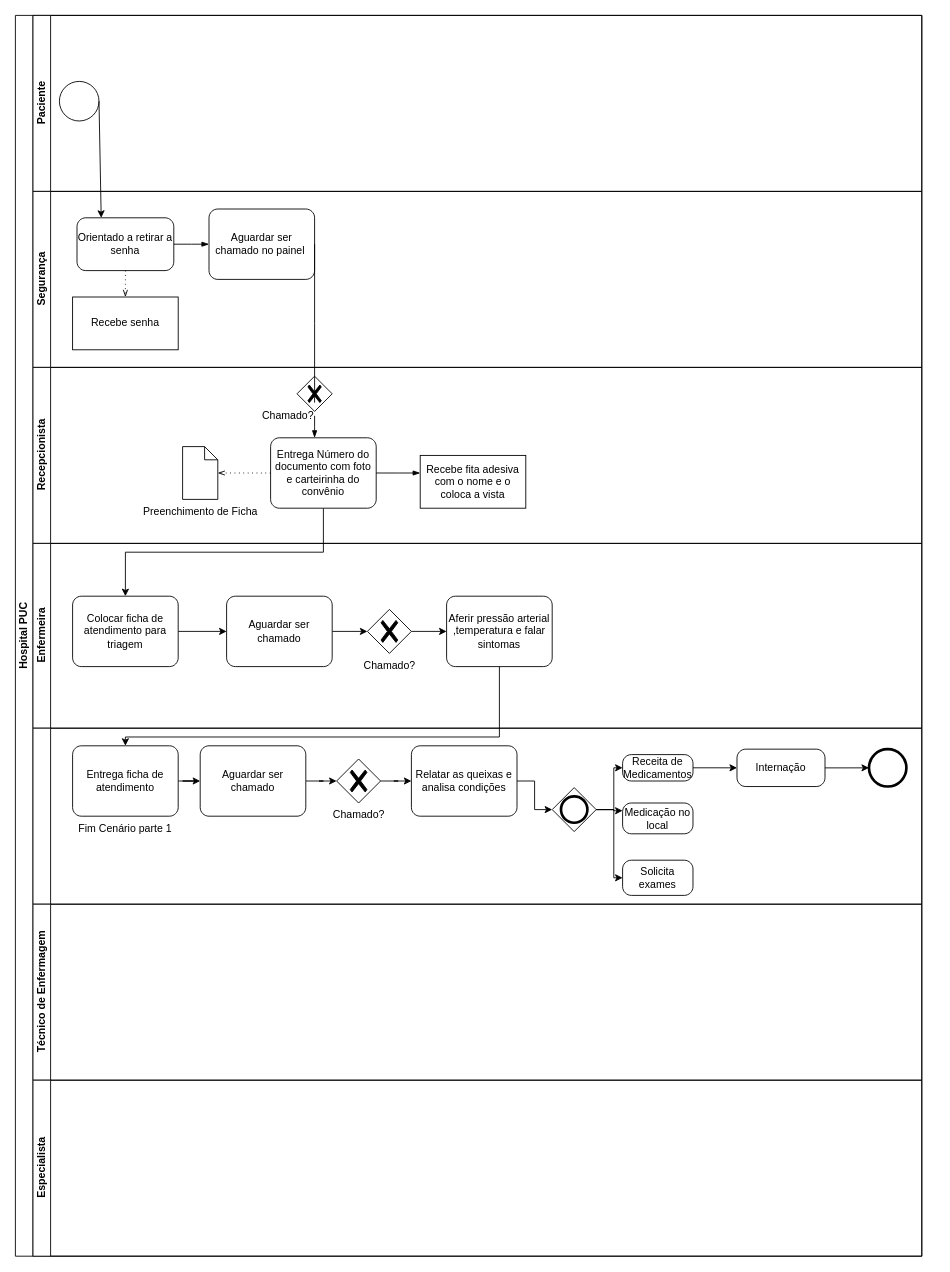
This is atividadesala1.drawio from rebeccajanuario/DiagramasBPMN, a draw.io file, before an edit. Source tidied: cells renumbered, new cells numbered last; positions are measured from the earlier drawing's top-left corner, leaving out a move shared by most shapes. Both pictures are drawn from the tidied source at 88%, with x=0, y=0 at pixel (15, 15).
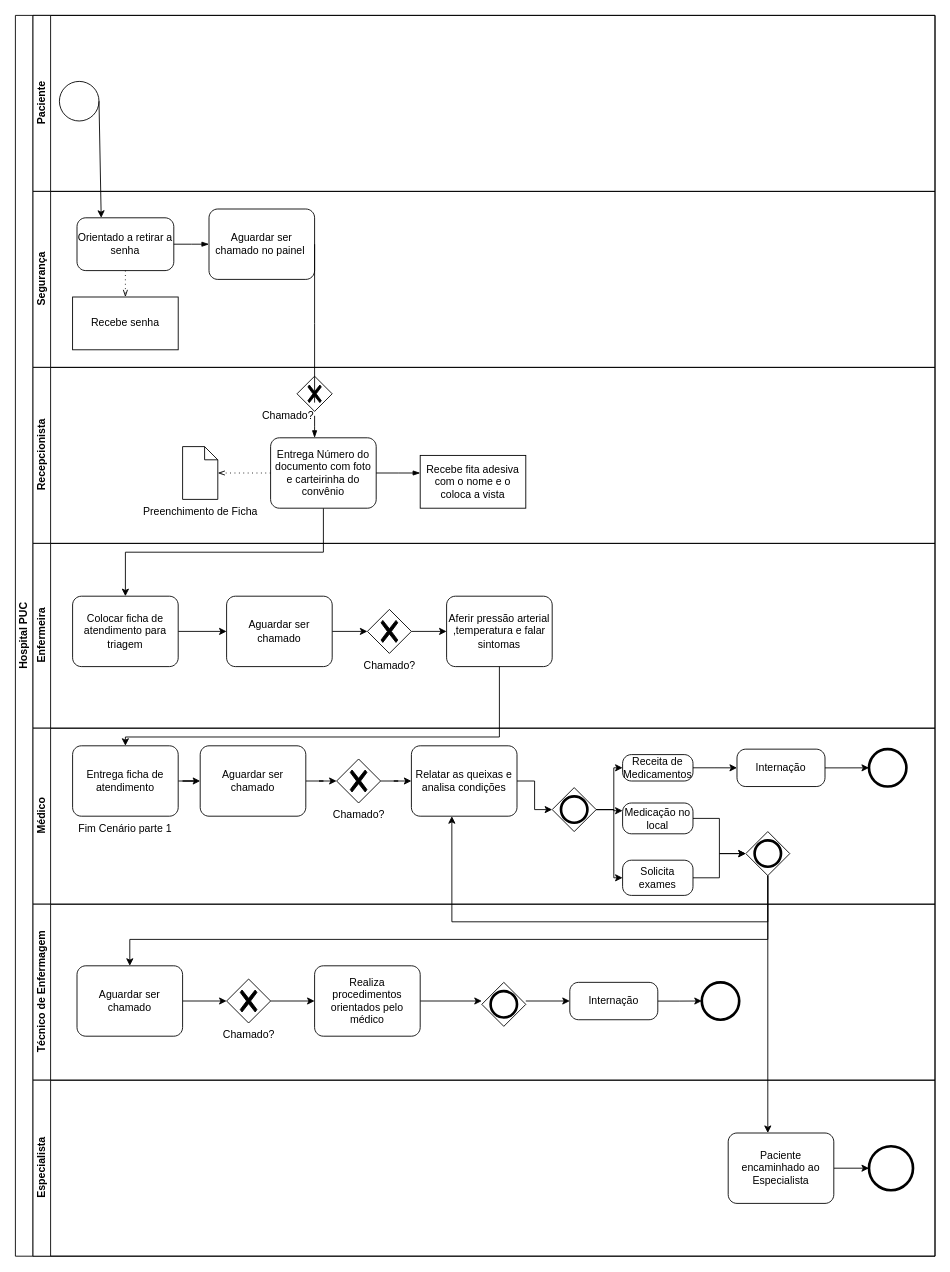
Above is the later version.

Unchanged cells that the change refers to:
```xml
<mxCell id="33" value="Relatar as queixas e analisa condições" style="points=[[0.25,0,0],[0.5,0,0],[0.75,0,0],[1,0.25,0],[1,0.5,0],[1,0.75,0],[0.75,1,0],[0.5,1,0],[0.25,1,0],[0,0.75,0],[0,0.5,0],[0,0.25,0]];shape=mxgraph.bpmn.task;whiteSpace=wrap;rectStyle=rounded;size=10;html=1;taskMarker=abstract;" parent="24" vertex="1">
  <mxGeometry x="430" y="20" width="120" height="80" as="geometry" />
</mxCell>
<mxCell id="38" value="Solicita exames" style="points=[[0.25,0,0],[0.5,0,0],[0.75,0,0],[1,0.25,0],[1,0.5,0],[1,0.75,0],[0.75,1,0],[0.5,1,0],[0.25,1,0],[0,0.75,0],[0,0.5,0],[0,0.25,0]];shape=mxgraph.bpmn.task;whiteSpace=wrap;rectStyle=rounded;size=10;html=1;taskMarker=abstract;" parent="24" vertex="1">
  <mxGeometry x="670" y="150" width="80" height="40" as="geometry" />
</mxCell>
<mxCell id="39" value="Medicação no local" style="points=[[0.25,0,0],[0.5,0,0],[0.75,0,0],[1,0.25,0],[1,0.5,0],[1,0.75,0],[0.75,1,0],[0.5,1,0],[0.25,1,0],[0,0.75,0],[0,0.5,0],[0,0.25,0]];shape=mxgraph.bpmn.task;whiteSpace=wrap;rectStyle=rounded;size=10;html=1;taskMarker=abstract;" parent="24" vertex="1">
  <mxGeometry x="670" y="85" width="80" height="35" as="geometry" />
</mxCell>
```

Change to the diagram source:
```diff
@@
     <mxCell id="2" value="Hospital PUC" style="swimlane;html=1;horizontal=0;startSize=20;whiteSpace=wrap;" parent="1" vertex="1">
-      <mxGeometry width="1030" height="1410" as="geometry" />
+      <mxGeometry width="1045" height="1410" as="geometry" />
     </mxCell>
     <mxCell id="3" value="Paciente" style="swimlane;html=1;startSize=20;horizontal=0;" parent="2" vertex="1">
-      <mxGeometry x="20" width="1010" height="200" as="geometry" />
+      <mxGeometry x="20" width="1025" height="200" as="geometry" />
     </mxCell>
@@
     <mxCell id="5" value="Segurança" style="swimlane;html=1;startSize=20;horizontal=0;" parent="2" vertex="1">
-      <mxGeometry x="20" y="200" width="1010" height="200" as="geometry" />
+      <mxGeometry x="20" y="200" width="1025" height="200" as="geometry" />
     </mxCell>
@@
     <mxCell id="11" value="Recepcionista" style="swimlane;html=1;startSize=20;horizontal=0;" parent="2" vertex="1">
-      <mxGeometry x="20" y="400" width="1010" height="200" as="geometry" />
+      <mxGeometry x="20" y="400" width="1025" height="200" as="geometry" />
     </mxCell>
@@
     <mxCell id="16" value="Enfermeira" style="swimlane;html=1;startSize=20;horizontal=0;" parent="2" vertex="1">
-      <mxGeometry x="20" y="600" width="1010" height="210" as="geometry" />
+      <mxGeometry x="20" y="600" width="1025" height="210" as="geometry" />
     </mxCell>
@@
-    <mxCell id="24" style="swimlane;html=1;startSize=20;horizontal=0;" parent="2" vertex="1">
-      <mxGeometry x="20" y="810" width="1010" height="200" as="geometry" />
+    <mxCell id="24" value="Médico" style="swimlane;html=1;startSize=20;horizontal=0;" parent="2" vertex="1">
+      <mxGeometry x="20" y="810" width="1025" height="200" as="geometry" />
     </mxCell>
@@
+    <mxCell id="55" style="edgeStyle=orthogonalEdgeStyle;rounded=0;jettySize=auto;html=1;entryX=0;entryY=0.5;entryDx=0;entryDy=0;entryPerimeter=0;" parent="24" edge="1" source="38" target="58">
+      <mxGeometry relative="1" as="geometry" />
+    </mxCell>
@@
+    <mxCell id="56" style="edgeStyle=orthogonalEdgeStyle;rounded=0;jettySize=auto;html=1;" parent="24" edge="1" source="39" target="58">
+      <mxGeometry relative="1" as="geometry" />
+    </mxCell>
@@
+    <mxCell id="57" style="edgeStyle=orthogonalEdgeStyle;rounded=0;jettySize=auto;html=1;entryX=0.383;entryY=1;entryDx=0;entryDy=0;entryPerimeter=0;" parent="24" edge="1" source="58" target="33">
+      <mxGeometry relative="1" as="geometry">
+        <Array as="points">
+          <mxPoint x="835" y="220" />
+          <mxPoint x="476" y="220" />
+        </Array>
+      </mxGeometry>
+    </mxCell>
+    <mxCell id="58" style="points=[[0.25,0.25,0],[0.5,0,0],[0.75,0.25,0],[1,0.5,0],[0.75,0.75,0],[0.5,1,0],[0.25,0.75,0],[0,0.5,0]];shape=mxgraph.bpmn.gateway2;html=1;verticalLabelPosition=bottom;labelBackgroundColor=#ffffff;verticalAlign=top;align=center;perimeter=rhombusPerimeter;outlineConnect=0;outline=end;symbol=general;" parent="24" vertex="1">
+      <mxGeometry x="810" y="117.5" width="50" height="50" as="geometry" />
+    </mxCell>
     <mxCell id="45" value="Técnico de Enfermagem" style="swimlane;html=1;startSize=20;horizontal=0;" parent="2" vertex="1">
-      <mxGeometry x="20" y="1010" width="1010" height="200" as="geometry" />
+      <mxGeometry x="20" y="1010" width="1025" height="200" as="geometry" />
     </mxCell>
+    <mxCell id="59" style="edgeStyle=orthogonalEdgeStyle;rounded=0;jettySize=auto;html=1;entryX=0;entryY=0.5;entryDx=0;entryDy=0;entryPerimeter=0;" parent="45" edge="1" source="60" target="62">
+      <mxGeometry relative="1" as="geometry" />
+    </mxCell>
+    <mxCell id="60" value="Aguardar ser chamado" style="points=[[0.25,0,0],[0.5,0,0],[0.75,0,0],[1,0.25,0],[1,0.5,0],[1,0.75,0],[0.75,1,0],[0.5,1,0],[0.25,1,0],[0,0.75,0],[0,0.5,0],[0,0.25,0]];shape=mxgraph.bpmn.task;whiteSpace=wrap;rectStyle=rounded;size=10;html=1;taskMarker=abstract;" parent="45" vertex="1">
+      <mxGeometry x="50" y="70" width="120" height="80" as="geometry" />
+    </mxCell>
+    <mxCell id="61" style="edgeStyle=orthogonalEdgeStyle;rounded=0;jettySize=auto;html=1;entryX=0;entryY=0.5;entryDx=0;entryDy=0;entryPerimeter=0;" parent="45" edge="1" source="62" target="64">
+      <mxGeometry relative="1" as="geometry" />
+    </mxCell>
+    <mxCell id="62" value="Chamado?" style="points=[[0.25,0.25,0],[0.5,0,0],[0.75,0.25,0],[1,0.5,0],[0.75,0.75,0],[0.5,1,0],[0.25,0.75,0],[0,0.5,0]];shape=mxgraph.bpmn.gateway2;html=1;verticalLabelPosition=bottom;labelBackgroundColor=#ffffff;verticalAlign=top;align=center;perimeter=rhombusPerimeter;outlineConnect=0;outline=none;symbol=none;gwType=exclusive;" parent="45" vertex="1">
+      <mxGeometry x="220" y="85" width="50" height="50" as="geometry" />
+    </mxCell>
+    <mxCell id="63" style="edgeStyle=orthogonalEdgeStyle;rounded=0;jettySize=auto;html=1;entryX=0;entryY=0.5;entryDx=0;entryDy=0;entryPerimeter=0;" parent="45" edge="1" source="64">
+      <mxGeometry relative="1" as="geometry">
+        <mxPoint x="510" y="110" as="targetPoint" />
+      </mxGeometry>
+    </mxCell>
+    <mxCell id="64" value="Realiza procedimentos orientados pelo médico" style="points=[[0.25,0,0],[0.5,0,0],[0.75,0,0],[1,0.25,0],[1,0.5,0],[1,0.75,0],[0.75,1,0],[0.5,1,0],[0.25,1,0],[0,0.75,0],[0,0.5,0],[0,0.25,0]];shape=mxgraph.bpmn.task;whiteSpace=wrap;rectStyle=rounded;size=10;html=1;taskMarker=abstract;" parent="45" vertex="1">
+      <mxGeometry x="320" y="70" width="120" height="80" as="geometry" />
+    </mxCell>
+    <mxCell id="65" style="edgeStyle=orthogonalEdgeStyle;rounded=0;orthogonalLoop=1;jettySize=auto;html=1;" parent="45" edge="1">
+      <mxGeometry relative="1" as="geometry">
+        <mxPoint x="560" y="110" as="sourcePoint" />
+        <mxPoint x="610" y="110" as="targetPoint" />
+      </mxGeometry>
+    </mxCell>
+    <mxCell id="66" style="edgeStyle=orthogonalEdgeStyle;rounded=0;jettySize=auto;html=1;entryX=0;entryY=0.5;entryDx=0;entryDy=0;entryPerimeter=0;" parent="45" edge="1" source="67">
+      <mxGeometry relative="1" as="geometry">
+        <mxPoint x="760" y="110" as="targetPoint" />
+      </mxGeometry>
+    </mxCell>
+    <mxCell id="67" value="Internação" style="points=[[0.25,0,0],[0.5,0,0],[0.75,0,0],[1,0.25,0],[1,0.5,0],[1,0.75,0],[0.75,1,0],[0.5,1,0],[0.25,1,0],[0,0.75,0],[0,0.5,0],[0,0.25,0]];shape=mxgraph.bpmn.task;whiteSpace=wrap;rectStyle=rounded;size=10;html=1;taskMarker=abstract;" parent="45" vertex="1">
+      <mxGeometry x="610" y="88.8" width="100" height="42.5" as="geometry" />
+    </mxCell>
+    <mxCell id="68" style="shape=mxgraph.bpmn.event;html=1;verticalLabelPosition=bottom;labelBackgroundColor=#ffffff;verticalAlign=top;align=center;perimeter=ellipsePerimeter;outline=end;symbol=terminate2;" parent="45" vertex="1">
+      <mxGeometry x="760" y="88.8" width="42.5" height="42.5" as="geometry" />
+    </mxCell>
+    <mxCell id="69" style="shape=mxgraph.bpmn.gateway2;html=1;verticalLabelPosition=bottom;labelBackgroundColor=#ffffff;verticalAlign=top;align=center;perimeter=rhombusPerimeter;outline=end;symbol=general;" parent="45" vertex="1">
+      <mxGeometry x="510" y="88.8" width="50" height="50" as="geometry" />
+    </mxCell>
     <mxCell id="46" value="Especialista" style="swimlane;html=1;startSize=20;horizontal=0;" parent="2" vertex="1">
-      <mxGeometry x="20" y="1210" width="1010" height="200" as="geometry" />
+      <mxGeometry x="20" y="1210" width="1025" height="200" as="geometry" />
     </mxCell>
+    <mxCell id="70" style="edgeStyle=orthogonalEdgeStyle;rounded=0;jettySize=auto;html=1;" parent="46" edge="1" source="71" target="72">
+      <mxGeometry relative="1" as="geometry" />
+    </mxCell>
+    <mxCell id="71" value="Paciente encaminhado ao Especialista" style="points=[[0.25,0,0],[0.5,0,0],[0.75,0,0],[1,0.25,0],[1,0.5,0],[1,0.75,0],[0.75,1,0],[0.5,1,0],[0.25,1,0],[0,0.75,0],[0,0.5,0],[0,0.25,0]];shape=mxgraph.bpmn.task;whiteSpace=wrap;rectStyle=rounded;size=10;html=1;taskMarker=abstract;" parent="46" vertex="1">
+      <mxGeometry x="790" y="60" width="120" height="80" as="geometry" />
+    </mxCell>
+    <mxCell id="72" style="points=[[0.145,0.145,0],[0.5,0,0],[0.855,0.145,0],[1,0.5,0],[0.855,0.855,0],[0.5,1,0],[0.145,0.855,0],[0,0.5,0]];shape=mxgraph.bpmn.event;html=1;verticalLabelPosition=bottom;labelBackgroundColor=#ffffff;verticalAlign=top;align=center;perimeter=ellipsePerimeter;outlineConnect=0;outline=end;symbol=terminate2;" parent="46" vertex="1">
+      <mxGeometry x="950" y="75" width="50" height="50" as="geometry" />
+    </mxCell>
@@
+    <mxCell id="73" style="edgeStyle=orthogonalEdgeStyle;rounded=0;jettySize=auto;html=1;" parent="2" edge="1" source="58" target="60">
+      <mxGeometry relative="1" as="geometry">
+        <Array as="points">
+          <mxPoint x="855" y="1050" />
+          <mxPoint x="130" y="1050" />
+        </Array>
+      </mxGeometry>
+    </mxCell>
+    <mxCell id="74" style="edgeStyle=orthogonalEdgeStyle;rounded=0;jettySize=auto;html=1;" parent="2" edge="1" source="58" target="71">
+      <mxGeometry relative="1" as="geometry">
+        <Array as="points">
+          <mxPoint x="855" y="1170" />
+          <mxPoint x="855" y="1170" />
+        </Array>
+      </mxGeometry>
+    </mxCell>
```
